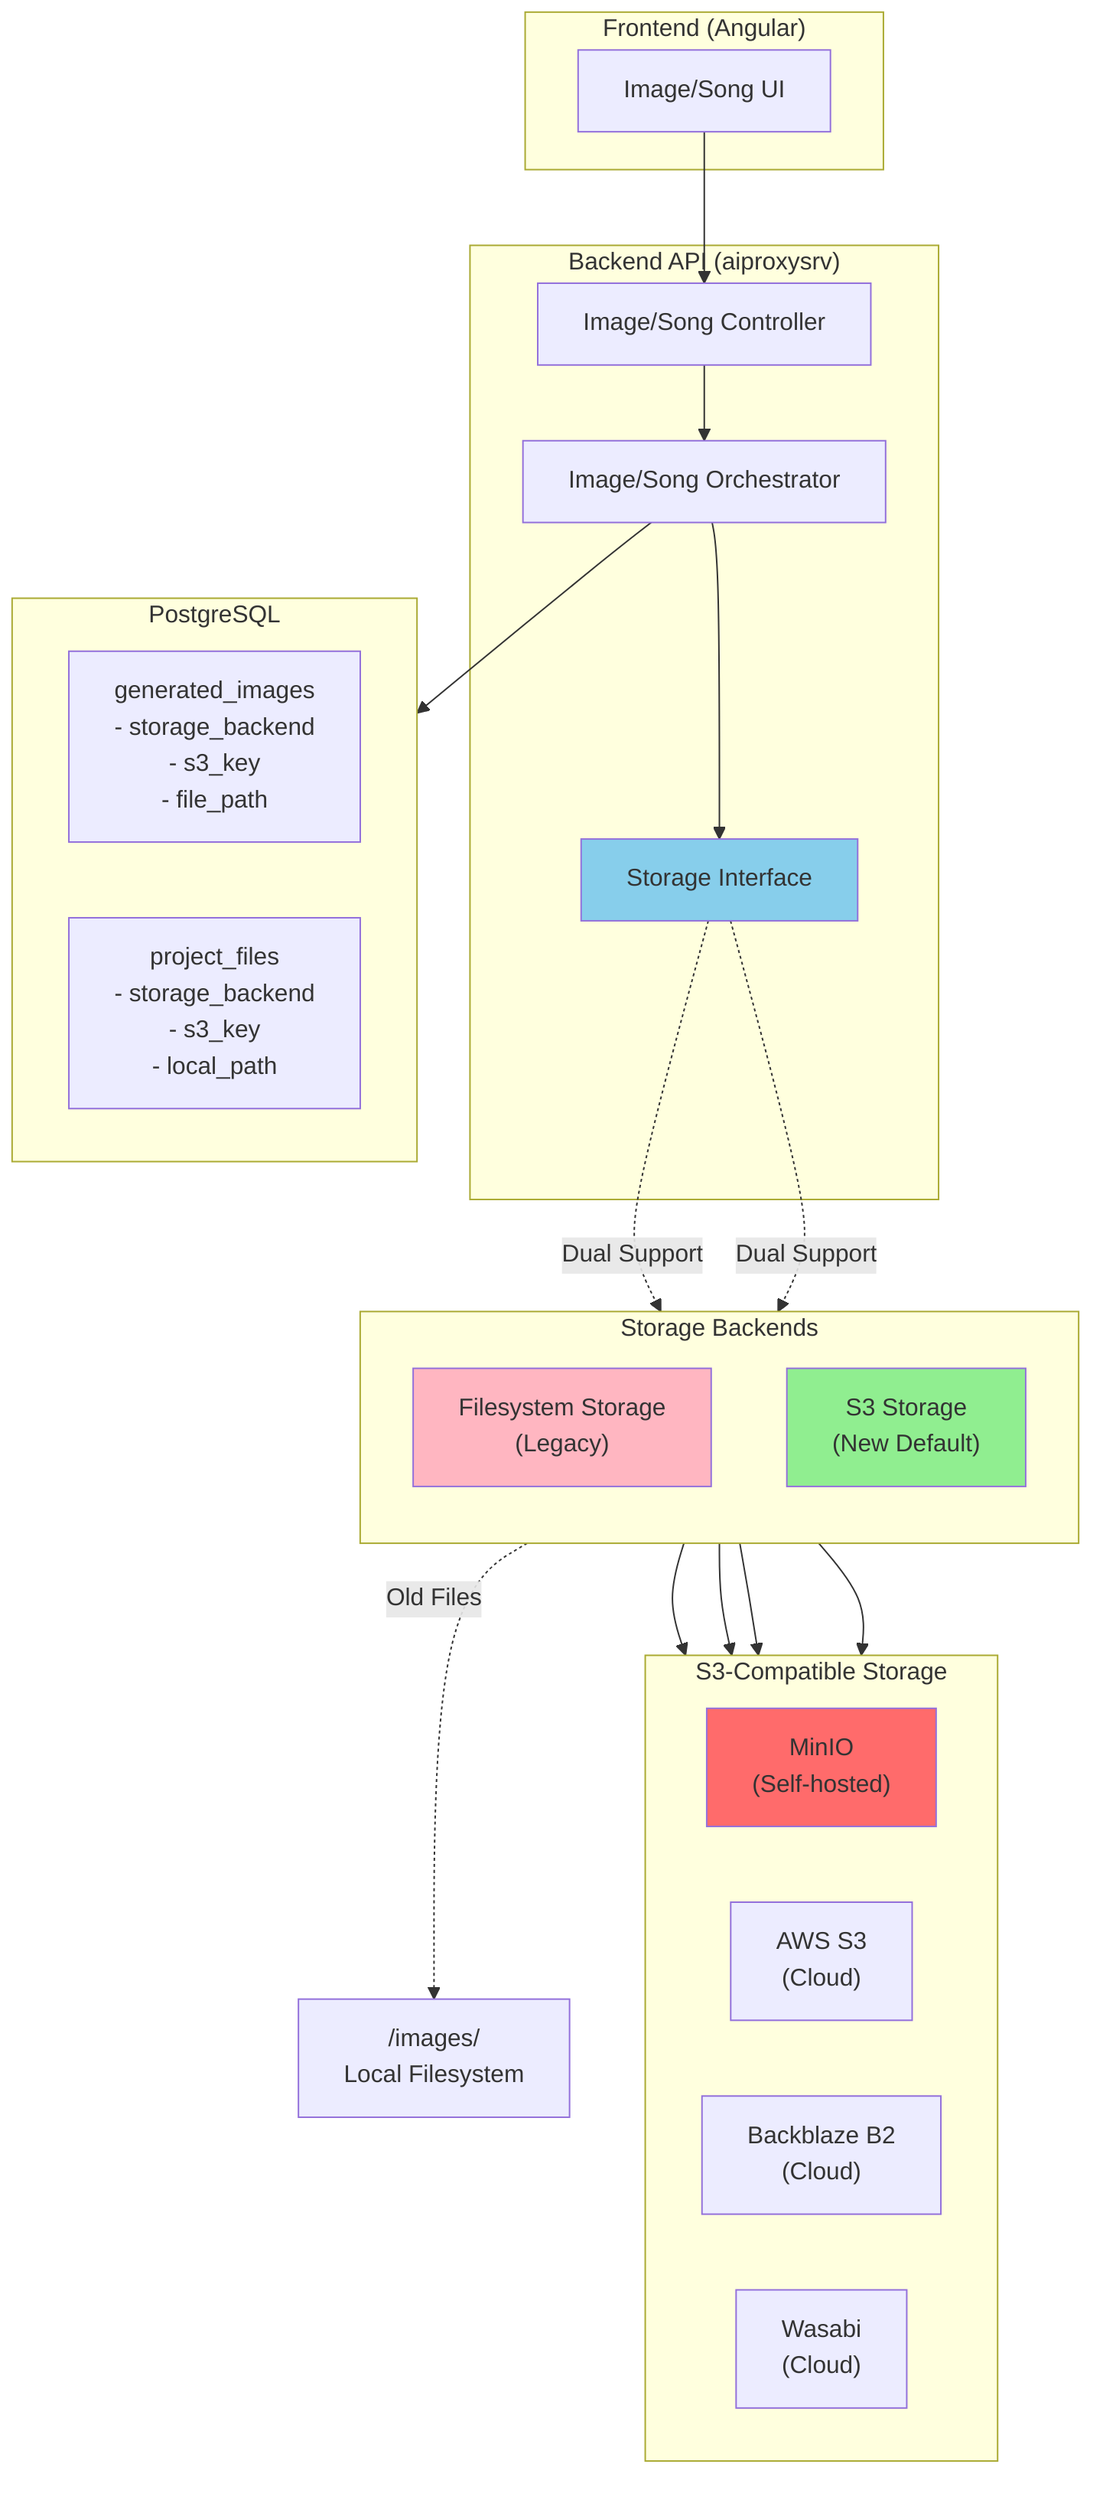
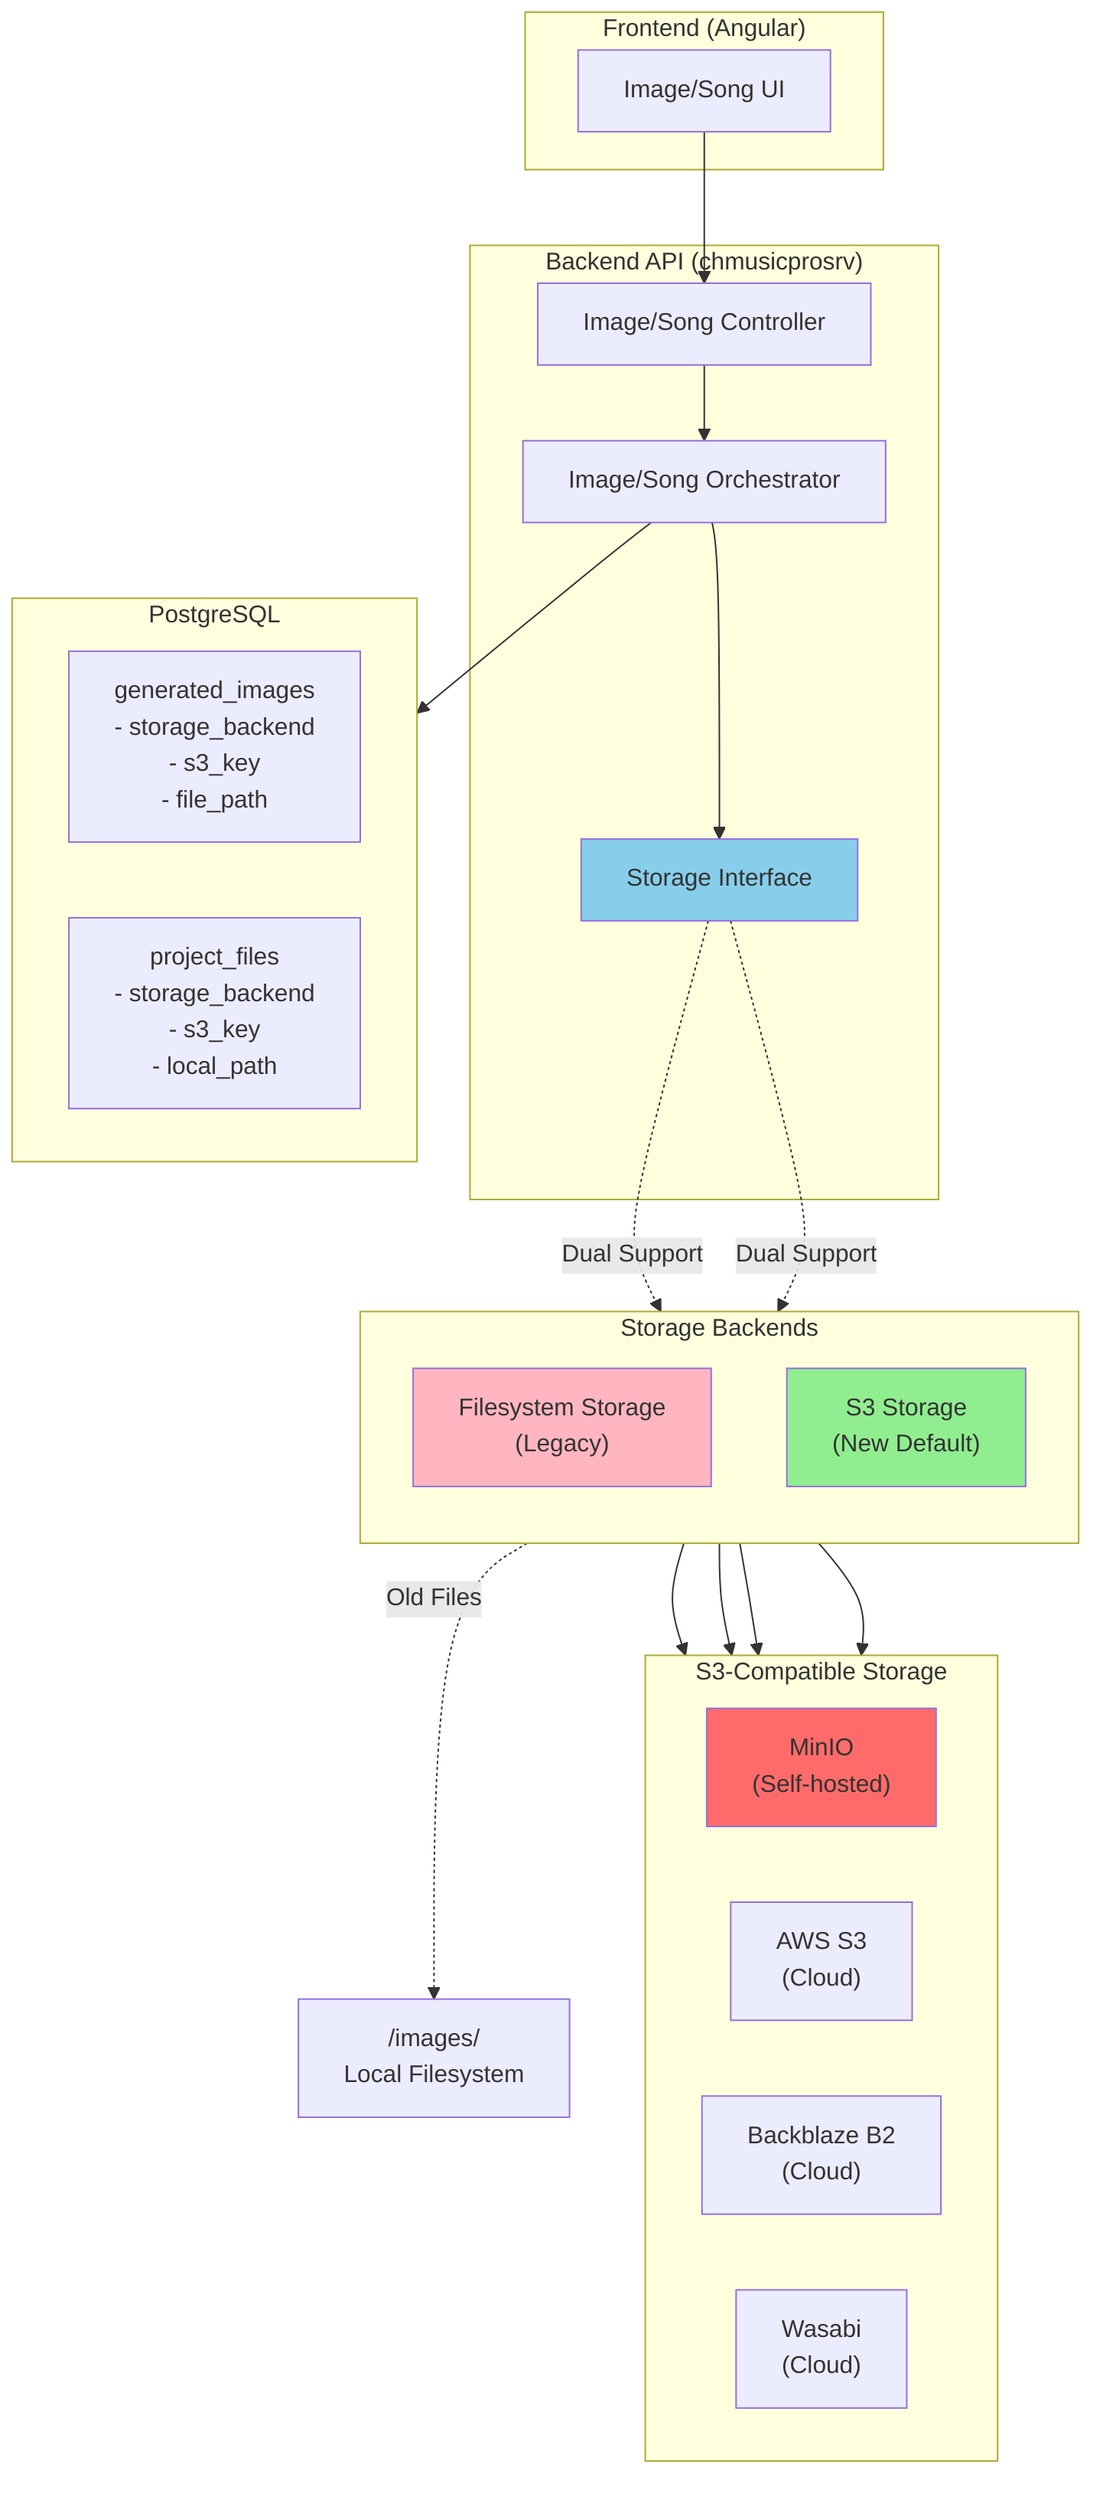
%% Storage Migration Architecture - Dual Storage Backend System
flowchart TB
    subgraph Frontend["Frontend (Angular)"]
        UI[Image/Song UI]
    end

-     subgraph Backend["Backend API (aiproxysrv)"]
+     subgraph Backend["Backend API (chmusicprosrv)"]
        Controller[Image/Song Controller]
        Orchestrator[Image/Song Orchestrator]
        StorageInterface[Storage Interface]

        Controller --> Orchestrator
        Orchestrator --> StorageInterface
    end

    subgraph StorageBackends["Storage Backends"]
        direction TB
        FSStorage["Filesystem Storage<br/>(Legacy)"]
        S3Storage["S3 Storage<br/>(New Default)"]

        StorageInterface -.Dual Support.-> FSStorage
        StorageInterface -.Dual Support.-> S3Storage
    end

    subgraph Database["PostgreSQL"]
        ImagesTable["generated_images<br/>- storage_backend<br/>- s3_key<br/>- file_path"]
        ProjectFiles["project_files<br/>- storage_backend<br/>- s3_key<br/>- local_path"]
    end

    subgraph S3Compatible["S3-Compatible Storage"]
        direction LR
        MinIO["MinIO<br/>(Self-hosted)"]
        AWS["AWS S3<br/>(Cloud)"]
        Backblaze["Backblaze B2<br/>(Cloud)"]
        Wasabi["Wasabi<br/>(Cloud)"]
    end

    UI --> Controller
    Orchestrator --> Database
    FSStorage -.Old Files.-> LocalDisk["/images/<br/>Local Filesystem"]
    S3Storage --> MinIO
    S3Storage --> AWS
    S3Storage --> Backblaze
    S3Storage --> Wasabi

    style S3Storage fill:#90EE90
    style FSStorage fill:#FFB6C1
    style StorageInterface fill:#87CEEB
    style MinIO fill:#FF6B6B
